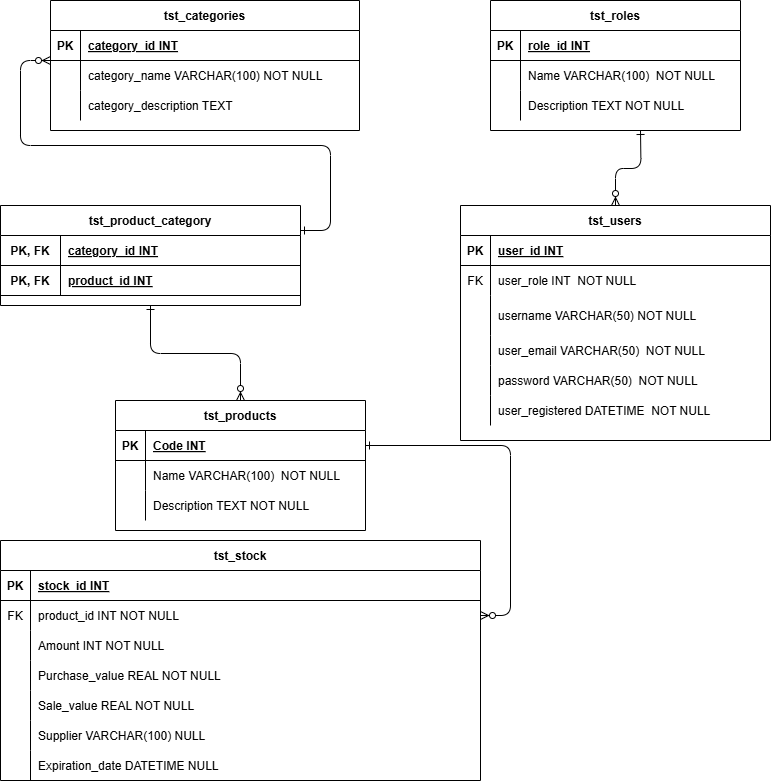
Earlier version of the draw.io export DER_Atualizado.png (SrSpratt/Desafio.API_camadas). Source tidied: cells renumbered, new cells last; positions are measured from the earlier drawing's top-left corner, leaving out a move shared by most shapes.
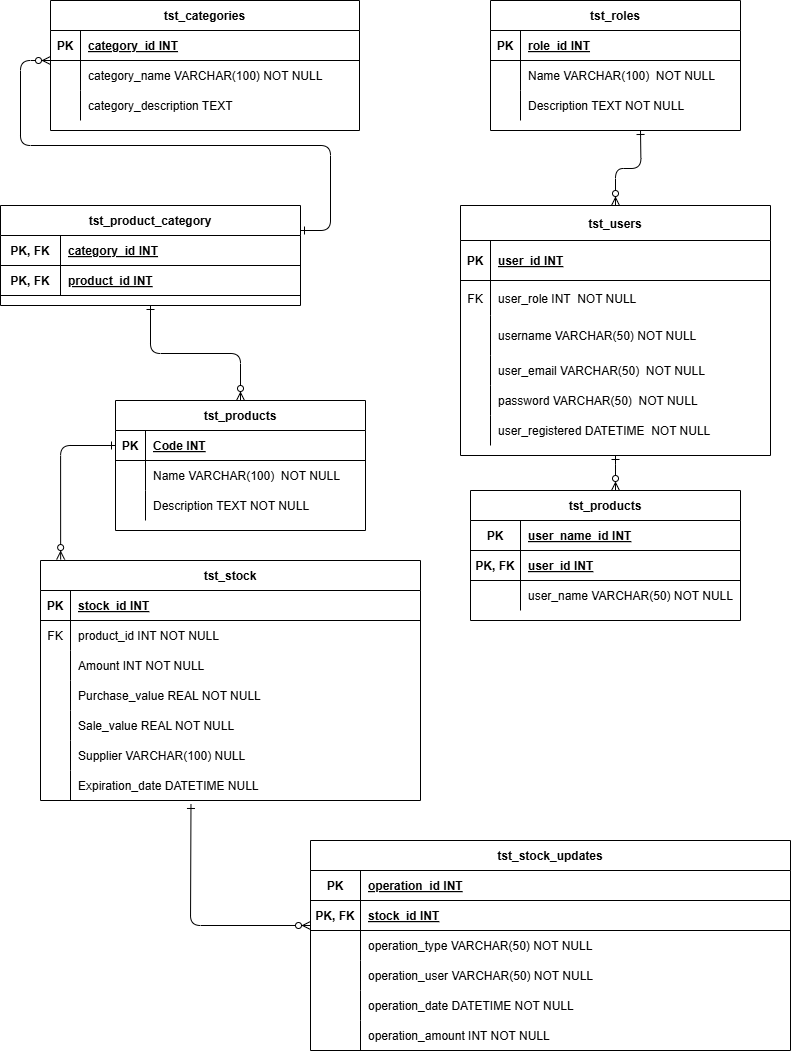
After the change.

The edit, as a diff of the source:
```diff
@@ -2,8 +2,12 @@
   <root>
     <mxCell id="0" />
     <mxCell id="1" parent="0" />
-    <mxCell id="2" style="edgeStyle=entityRelationEdgeStyle;endArrow=ERzeroToMany;startArrow=ERone;endFill=1;startFill=0;" parent="1" edge="1" source="4" target="17">
-      <mxGeometry relative="1" as="geometry" />
+    <mxCell id="2" style="edgeStyle=orthogonalEdgeStyle;endArrow=ERzeroToMany;startArrow=ERone;endFill=1;startFill=0;exitX=0;exitY=0.5;exitDx=0;exitDy=0;entryX=0.053;entryY=-0.004;entryDx=0;entryDy=0;entryPerimeter=0;" parent="1" edge="1" source="4" target="13">
+      <mxGeometry relative="1" as="geometry">
+        <Array as="points">
+          <mxPoint x="60" y="445" />
+        </Array>
+      </mxGeometry>
     </mxCell>
     <mxCell id="3" value="tst_products" style="shape=table;startSize=30;rowLines=0;fontStyle=1;align=center;" parent="1" vertex="1">
       <mxGeometry x="115" y="400" width="250" height="130" as="geometry" />
@@ -36,70 +40,70 @@
       <mxGeometry x="30" width="220" height="30" as="geometry" />
     </mxCell>
     <mxCell id="13" value="tst_stock" style="shape=table;startSize=30;rowLines=0;fontStyle=1;align=center;" parent="1" vertex="1">
-      <mxGeometry y="540" width="480" height="240" as="geometry" />
+      <mxGeometry x="40" y="560" width="380" height="240" as="geometry" />
     </mxCell>
     <mxCell id="14" style="shape=partialRectangle;fillColor=none;top=0;left=0;right=0;bottom=1;" parent="13" vertex="1">
-      <mxGeometry y="30" width="480" height="30" as="geometry" />
+      <mxGeometry y="30" width="380" height="30" as="geometry" />
     </mxCell>
     <mxCell id="15" value="PK" style="shape=partialRectangle;overflow=hidden;fillColor=none;top=0;left=0;bottom=0;right=0;fontStyle=1;" parent="14" vertex="1">
       <mxGeometry width="30" height="30" as="geometry" />
     </mxCell>
     <mxCell id="16" value="stock_id INT" style="shape=partialRectangle;overflow=hidden;fillColor=none;top=0;left=0;bottom=0;right=0;align=left;spacingLeft=6;fontStyle=5;" parent="14" vertex="1">
-      <mxGeometry x="30" width="450" height="30" as="geometry" />
+      <mxGeometry x="30" width="350" height="30" as="geometry" />
     </mxCell>
     <mxCell id="17" style="shape=partialRectangle;fillColor=none;points=[[0,0.5],[1,0.5]];portConstraint=eastwest;top=0;left=0;right=0;bottom=0;" parent="13" vertex="1">
-      <mxGeometry y="60" width="480" height="30" as="geometry" />
+      <mxGeometry y="60" width="380" height="30" as="geometry" />
     </mxCell>
     <mxCell id="18" value="FK" style="shape=partialRectangle;overflow=hidden;fillColor=none;top=0;left=0;bottom=0;right=0;" parent="17" vertex="1">
       <mxGeometry width="30" height="30" as="geometry" />
     </mxCell>
     <mxCell id="19" value="product_id INT NOT NULL" style="shape=partialRectangle;overflow=hidden;fillColor=none;top=0;left=0;bottom=0;right=0;align=left;spacingLeft=6;" parent="17" vertex="1">
-      <mxGeometry x="30" width="450" height="30" as="geometry" />
+      <mxGeometry x="30" width="350" height="30" as="geometry" />
     </mxCell>
     <mxCell id="20" style="shape=partialRectangle;fillColor=none;top=0;left=0;right=0;bottom=0;" parent="13" vertex="1">
-      <mxGeometry y="90" width="480" height="30" as="geometry" />
+      <mxGeometry y="90" width="380" height="30" as="geometry" />
     </mxCell>
     <mxCell id="21" style="shape=partialRectangle;overflow=hidden;fillColor=none;top=0;left=0;bottom=0;right=0;" parent="20" vertex="1">
       <mxGeometry width="30" height="30" as="geometry" />
     </mxCell>
     <mxCell id="22" value="Amount INT NOT NULL" style="shape=partialRectangle;overflow=hidden;fillColor=none;top=0;left=0;bottom=0;right=0;align=left;spacingLeft=6;" parent="20" vertex="1">
-      <mxGeometry x="30" width="450" height="30" as="geometry" />
+      <mxGeometry x="30" width="350" height="30" as="geometry" />
     </mxCell>
     <mxCell id="23" style="shape=partialRectangle;fillColor=none;top=0;left=0;right=0;bottom=0;" parent="13" vertex="1">
-      <mxGeometry y="120" width="480" height="30" as="geometry" />
+      <mxGeometry y="120" width="380" height="30" as="geometry" />
     </mxCell>
     <mxCell id="24" style="shape=partialRectangle;overflow=hidden;fillColor=none;top=0;left=0;bottom=0;right=0;" parent="23" vertex="1">
       <mxGeometry width="30" height="30" as="geometry" />
     </mxCell>
     <mxCell id="25" value="Purchase_value REAL NOT NULL" style="shape=partialRectangle;overflow=hidden;fillColor=none;top=0;left=0;bottom=0;right=0;align=left;spacingLeft=6;" parent="23" vertex="1">
-      <mxGeometry x="30" width="450" height="30" as="geometry" />
+      <mxGeometry x="30" width="350" height="30" as="geometry" />
     </mxCell>
     <mxCell id="26" style="shape=partialRectangle;fillColor=none;top=0;left=0;right=0;bottom=0;" parent="13" vertex="1">
-      <mxGeometry y="150" width="480" height="30" as="geometry" />
+      <mxGeometry y="150" width="380" height="30" as="geometry" />
     </mxCell>
     <mxCell id="27" style="shape=partialRectangle;overflow=hidden;fillColor=none;top=0;left=0;bottom=0;right=0;" parent="26" vertex="1">
       <mxGeometry width="30" height="30" as="geometry" />
     </mxCell>
     <mxCell id="28" value="Sale_value REAL NOT NULL" style="shape=partialRectangle;overflow=hidden;fillColor=none;top=0;left=0;bottom=0;right=0;align=left;spacingLeft=6;" parent="26" vertex="1">
-      <mxGeometry x="30" width="450" height="30" as="geometry" />
+      <mxGeometry x="30" width="350" height="30" as="geometry" />
     </mxCell>
     <mxCell id="29" style="shape=partialRectangle;fillColor=none;top=0;left=0;right=0;bottom=0;" parent="13" vertex="1">
-      <mxGeometry y="180" width="480" height="30" as="geometry" />
+      <mxGeometry y="180" width="380" height="30" as="geometry" />
     </mxCell>
     <mxCell id="30" style="shape=partialRectangle;overflow=hidden;fillColor=none;top=0;left=0;bottom=0;right=0;" parent="29" vertex="1">
       <mxGeometry width="30" height="30" as="geometry" />
     </mxCell>
     <mxCell id="31" value="Supplier VARCHAR(100) NULL" style="shape=partialRectangle;overflow=hidden;fillColor=none;top=0;left=0;bottom=0;right=0;align=left;spacingLeft=6;" parent="29" vertex="1">
-      <mxGeometry x="30" width="450" height="30" as="geometry" />
+      <mxGeometry x="30" width="350" height="30" as="geometry" />
     </mxCell>
     <mxCell id="32" style="shape=partialRectangle;fillColor=none;points=[[0,0.5],[1,0.5]];portConstraint=eastwest;top=0;left=0;right=0;bottom=0;" parent="13" vertex="1">
-      <mxGeometry y="210" width="480" height="30" as="geometry" />
+      <mxGeometry y="210" width="380" height="30" as="geometry" />
     </mxCell>
     <mxCell id="33" style="shape=partialRectangle;overflow=hidden;fillColor=none;top=0;left=0;bottom=0;right=0;" parent="32" vertex="1">
       <mxGeometry width="30" height="30" as="geometry" />
     </mxCell>
     <mxCell id="34" value="Expiration_date DATETIME NULL" style="shape=partialRectangle;overflow=hidden;fillColor=none;top=0;left=0;bottom=0;right=0;align=left;spacingLeft=6;" parent="32" vertex="1">
-      <mxGeometry x="30" width="450" height="30" as="geometry" />
+      <mxGeometry x="30" width="350" height="30" as="geometry" />
     </mxCell>
     <mxCell id="35" value="tst_categories" style="shape=table;startSize=30;rowLines=0;fontStyle=1;align=center;" parent="1" vertex="1">
       <mxGeometry x="50" width="309" height="130" as="geometry" />
@@ -148,7 +152,7 @@
     <mxCell id="46" value="tst_product_category" style="shape=table;startSize=30;rowLines=0;fontStyle=1;align=center;direction=east;" parent="1" vertex="1">
       <mxGeometry y="205" width="300" height="100" as="geometry" />
     </mxCell>
-    <mxCell id="47" style="shape=partialRectangle;fillColor=none;top=0;left=0;right=0;bottom=1;" parent="46" vertex="1">
+    <mxCell id="47" style="shape=partialRectangle;fillColor=none;top=0;left=0;right=0;bottom=1;strokeColor=default;" parent="46" vertex="1">
       <mxGeometry y="30" width="300" height="30" as="geometry" />
     </mxCell>
     <mxCell id="48" value="PK, FK" style="shape=partialRectangle;overflow=hidden;fillColor=none;top=0;left=0;bottom=0;right=0;fontStyle=1;" parent="47" vertex="1">
@@ -201,29 +205,29 @@
         <mxPoint x="640" y="130" as="sourcePoint" />
       </mxGeometry>
     </mxCell>
-    <mxCell id="64" value="tst_users" style="shape=table;startSize=30;rowLines=0;fontStyle=1;align=center;" parent="1" vertex="1">
-      <mxGeometry x="460" y="205" width="310" height="235" as="geometry" />
+    <mxCell id="64" value="tst_users" style="shape=table;startSize=35;rowLines=0;fontStyle=1;align=center;" parent="1" vertex="1">
+      <mxGeometry x="460" y="205" width="310" height="250" as="geometry" />
     </mxCell>
     <mxCell id="65" style="shape=partialRectangle;fillColor=none;top=0;left=0;right=0;bottom=1;" parent="64" vertex="1">
-      <mxGeometry y="30" width="310" height="30" as="geometry" />
+      <mxGeometry y="35" width="310" height="40" as="geometry" />
     </mxCell>
     <mxCell id="66" value="PK" style="shape=partialRectangle;overflow=hidden;fillColor=none;top=0;left=0;bottom=0;right=0;fontStyle=1;" parent="65" vertex="1">
-      <mxGeometry width="30" height="30" as="geometry" />
+      <mxGeometry width="30" height="40" as="geometry" />
     </mxCell>
     <mxCell id="67" value="user_id INT" style="shape=partialRectangle;overflow=hidden;fillColor=none;top=0;left=0;bottom=0;right=0;align=left;spacingLeft=6;fontStyle=5;" parent="65" vertex="1">
-      <mxGeometry x="30" width="280" height="30" as="geometry" />
+      <mxGeometry x="30" width="280" height="40" as="geometry" />
     </mxCell>
     <mxCell id="68" style="shape=partialRectangle;fillColor=none;top=0;left=0;right=0;bottom=0;" parent="64" vertex="1">
-      <mxGeometry y="60" width="310" height="30" as="geometry" />
+      <mxGeometry y="75" width="310" height="35" as="geometry" />
     </mxCell>
     <mxCell id="69" value="FK" style="shape=partialRectangle;overflow=hidden;fillColor=none;top=0;left=0;bottom=0;right=0;" parent="68" vertex="1">
-      <mxGeometry width="30" height="30" as="geometry" />
+      <mxGeometry width="30" height="35" as="geometry" />
     </mxCell>
     <mxCell id="70" value="user_role INT  NOT NULL" style="shape=partialRectangle;overflow=hidden;fillColor=none;top=0;left=0;bottom=0;right=0;align=left;spacingLeft=6;" parent="68" vertex="1">
-      <mxGeometry x="30" width="280" height="30" as="geometry" />
+      <mxGeometry x="30" width="280" height="35" as="geometry" />
     </mxCell>
     <mxCell id="71" style="shape=partialRectangle;fillColor=none;top=0;left=0;right=0;bottom=0;" parent="64" vertex="1">
-      <mxGeometry y="90" width="310" height="40" as="geometry" />
+      <mxGeometry y="110" width="310" height="40" as="geometry" />
     </mxCell>
     <mxCell id="72" style="shape=partialRectangle;overflow=hidden;fillColor=none;top=0;left=0;bottom=0;right=0;" parent="71" vertex="1">
       <mxGeometry width="30" height="40" as="geometry" />
@@ -232,7 +236,7 @@
       <mxGeometry x="30" width="280" height="40" as="geometry" />
     </mxCell>
     <mxCell id="74" style="shape=partialRectangle;fillColor=none;top=0;left=0;right=0;bottom=0;" parent="64" vertex="1">
-      <mxGeometry y="130" width="310" height="30" as="geometry" />
+      <mxGeometry y="150" width="310" height="30" as="geometry" />
     </mxCell>
     <mxCell id="75" style="shape=partialRectangle;overflow=hidden;fillColor=none;top=0;left=0;bottom=0;right=0;" parent="74" vertex="1">
       <mxGeometry width="30" height="30" as="geometry" />
@@ -241,7 +245,7 @@
       <mxGeometry x="30" width="280" height="30" as="geometry" />
     </mxCell>
     <mxCell id="77" style="shape=partialRectangle;fillColor=none;top=0;left=0;right=0;bottom=0;" parent="64" vertex="1">
-      <mxGeometry y="160" width="310" height="30" as="geometry" />
+      <mxGeometry y="180" width="310" height="30" as="geometry" />
     </mxCell>
     <mxCell id="78" style="shape=partialRectangle;overflow=hidden;fillColor=none;top=0;left=0;bottom=0;right=0;" parent="77" vertex="1">
       <mxGeometry width="30" height="30" as="geometry" />
@@ -250,7 +254,7 @@
       <mxGeometry x="30" width="280" height="30" as="geometry" />
     </mxCell>
     <mxCell id="80" style="shape=partialRectangle;fillColor=none;top=0;left=0;right=0;bottom=0;" parent="64" vertex="1">
-      <mxGeometry y="190" width="310" height="30" as="geometry" />
+      <mxGeometry y="210" width="310" height="30" as="geometry" />
     </mxCell>
     <mxCell id="81" style="shape=partialRectangle;overflow=hidden;fillColor=none;top=0;left=0;bottom=0;right=0;" parent="80" vertex="1">
       <mxGeometry width="30" height="30" as="geometry" />
@@ -261,5 +265,105 @@
     <mxCell id="83" style="endArrow=ERzeroToMany;startArrow=ERone;endFill=1;startFill=0;entryDx=0;entryDy=0;entryX=0.5;entryY=0;verticalAlign=middle;edgeStyle=elbowEdgeStyle;elbow=vertical;" parent="1" edge="1" source="46" target="3">
       <mxGeometry relative="1" as="geometry" />
     </mxCell>
+    <mxCell id="84" style="endArrow=ERzeroToMany;startArrow=ERone;endFill=1;startFill=0;entryX=0;entryY=0.5;entryDx=0;entryDy=0;edgeStyle=elbowEdgeStyle;exitX=0.396;exitY=1.133;exitDx=0;exitDy=0;exitPerimeter=0;" parent="1" edge="1" source="32">
+      <mxGeometry relative="1" as="geometry">
+        <mxPoint x="310" y="925" as="targetPoint" />
+        <Array as="points">
+          <mxPoint x="190" y="880" />
+        </Array>
+      </mxGeometry>
+    </mxCell>
+    <mxCell id="85" value="tst_stock_updates" style="shape=table;startSize=30;rowLines=0;fontStyle=1;align=center;" parent="1" vertex="1">
+      <mxGeometry x="310" y="840" width="480" height="210" as="geometry" />
+    </mxCell>
+    <mxCell id="86" style="shape=partialRectangle;fillColor=none;top=0;left=0;right=0;bottom=1;" parent="85" vertex="1">
+      <mxGeometry y="30" width="480" height="30" as="geometry" />
+    </mxCell>
+    <mxCell id="87" value="PK" style="shape=partialRectangle;overflow=hidden;fillColor=none;top=0;left=0;bottom=0;right=0;fontStyle=1;" parent="86" vertex="1">
+      <mxGeometry width="50" height="30" as="geometry" />
+    </mxCell>
+    <mxCell id="88" value="operation_id INT" style="shape=partialRectangle;overflow=hidden;fillColor=none;top=0;left=0;bottom=0;right=0;align=left;spacingLeft=6;fontStyle=5;" parent="86" vertex="1">
+      <mxGeometry x="50" width="430" height="30" as="geometry" />
+    </mxCell>
+    <mxCell id="89" style="shape=partialRectangle;fillColor=none;top=0;left=0;right=0;bottom=1;" parent="85" vertex="1">
+      <mxGeometry y="60" width="480" height="30" as="geometry" />
+    </mxCell>
+    <mxCell id="90" value="PK, FK" style="shape=partialRectangle;overflow=hidden;fillColor=none;top=0;left=0;bottom=0;right=0;fontStyle=1;" parent="89" vertex="1">
+      <mxGeometry width="50" height="30" as="geometry" />
+    </mxCell>
+    <mxCell id="91" value="stock_id INT" style="shape=partialRectangle;overflow=hidden;fillColor=none;top=0;left=0;bottom=0;right=0;align=left;spacingLeft=6;fontStyle=5;" parent="89" vertex="1">
+      <mxGeometry x="50" width="430" height="30" as="geometry" />
+    </mxCell>
+    <mxCell id="92" style="shape=partialRectangle;fillColor=none;top=0;left=0;right=0;bottom=0;" parent="85" vertex="1">
+      <mxGeometry y="90" width="480" height="30" as="geometry" />
+    </mxCell>
+    <mxCell id="93" style="shape=partialRectangle;overflow=hidden;fillColor=none;top=0;left=0;bottom=0;right=0;" parent="92" vertex="1">
+      <mxGeometry width="50" height="30" as="geometry" />
+    </mxCell>
+    <mxCell id="94" value="operation_type VARCHAR(50) NOT NULL" style="shape=partialRectangle;overflow=hidden;fillColor=none;top=0;left=0;bottom=0;right=0;align=left;spacingLeft=6;" parent="92" vertex="1">
+      <mxGeometry x="50" width="430" height="30" as="geometry" />
+    </mxCell>
+    <mxCell id="95" style="shape=partialRectangle;fillColor=none;top=0;left=0;right=0;bottom=0;" parent="85" vertex="1">
+      <mxGeometry y="120" width="480" height="30" as="geometry" />
+    </mxCell>
+    <mxCell id="96" style="shape=partialRectangle;overflow=hidden;fillColor=none;top=0;left=0;bottom=0;right=0;" parent="95" vertex="1">
+      <mxGeometry width="50" height="30" as="geometry" />
+    </mxCell>
+    <mxCell id="97" value="operation_user VARCHAR(50) NOT NULL" style="shape=partialRectangle;overflow=hidden;fillColor=none;top=0;left=0;bottom=0;right=0;align=left;spacingLeft=6;" parent="95" vertex="1">
+      <mxGeometry x="50" width="430" height="30" as="geometry" />
+    </mxCell>
+    <mxCell id="98" style="shape=partialRectangle;fillColor=none;top=0;left=0;right=0;bottom=0;" parent="85" vertex="1">
+      <mxGeometry y="150" width="480" height="30" as="geometry" />
+    </mxCell>
+    <mxCell id="99" style="shape=partialRectangle;overflow=hidden;fillColor=none;top=0;left=0;bottom=0;right=0;" parent="98" vertex="1">
+      <mxGeometry width="50" height="30" as="geometry" />
+    </mxCell>
+    <mxCell id="100" value="operation_date DATETIME NOT NULL" style="shape=partialRectangle;overflow=hidden;fillColor=none;top=0;left=0;bottom=0;right=0;align=left;spacingLeft=6;" parent="98" vertex="1">
+      <mxGeometry x="50" width="430" height="30" as="geometry" />
+    </mxCell>
+    <mxCell id="101" style="shape=partialRectangle;fillColor=none;top=0;left=0;right=0;bottom=0;" parent="85" vertex="1">
+      <mxGeometry y="180" width="480" height="30" as="geometry" />
+    </mxCell>
+    <mxCell id="102" style="shape=partialRectangle;overflow=hidden;fillColor=none;top=0;left=0;bottom=0;right=0;" parent="101" vertex="1">
+      <mxGeometry width="50" height="30" as="geometry" />
+    </mxCell>
+    <mxCell id="103" value="operation_amount INT NOT NULL" style="shape=partialRectangle;overflow=hidden;fillColor=none;top=0;left=0;bottom=0;right=0;align=left;spacingLeft=6;" parent="101" vertex="1">
+      <mxGeometry x="50" width="430" height="30" as="geometry" />
+    </mxCell>
+    <mxCell id="104" style="edgeStyle=orthogonalEdgeStyle;endArrow=ERzeroToMany;startArrow=ERone;endFill=0;startFill=0;exitX=0.5;exitY=1;exitDx=0;exitDy=0;" parent="1" edge="1" source="64">
+      <mxGeometry relative="1" as="geometry">
+        <mxPoint x="615" y="490" as="targetPoint" />
+      </mxGeometry>
+    </mxCell>
+    <mxCell id="105" value="tst_products" style="shape=table;startSize=30;rowLines=0;fontStyle=1;align=center;" parent="1" vertex="1">
+      <mxGeometry x="470" y="490" width="270" height="130" as="geometry" />
+    </mxCell>
+    <mxCell id="106" style="shape=partialRectangle;fillColor=none;top=0;left=0;right=0;bottom=1;" parent="105" vertex="1">
+      <mxGeometry y="30" width="270" height="30" as="geometry" />
+    </mxCell>
+    <mxCell id="107" value="PK" style="shape=partialRectangle;overflow=hidden;fillColor=none;top=0;left=0;bottom=0;right=0;fontStyle=1;" parent="106" vertex="1">
+      <mxGeometry width="50" height="30" as="geometry" />
+    </mxCell>
+    <mxCell id="108" value="user_name_id INT" style="shape=partialRectangle;overflow=hidden;fillColor=none;top=0;left=0;bottom=0;right=0;align=left;spacingLeft=6;fontStyle=5;" parent="106" vertex="1">
+      <mxGeometry x="50" width="220" height="30" as="geometry" />
+    </mxCell>
+    <mxCell id="109" style="shape=partialRectangle;fillColor=none;top=0;left=0;right=0;bottom=1;" parent="105" vertex="1">
+      <mxGeometry y="60" width="270" height="30" as="geometry" />
+    </mxCell>
+    <mxCell id="110" value="PK, FK" style="shape=partialRectangle;overflow=hidden;fillColor=none;top=0;left=0;bottom=0;right=0;fontStyle=1;" parent="109" vertex="1">
+      <mxGeometry width="50" height="30" as="geometry" />
+    </mxCell>
+    <mxCell id="111" value="user_id INT" style="shape=partialRectangle;overflow=hidden;fillColor=none;top=0;left=0;bottom=0;right=0;align=left;spacingLeft=6;fontStyle=5;" parent="109" vertex="1">
+      <mxGeometry x="50" width="220" height="30" as="geometry" />
+    </mxCell>
+    <mxCell id="112" style="shape=partialRectangle;fillColor=none;top=0;left=0;right=0;bottom=0;" parent="105" vertex="1">
+      <mxGeometry y="90" width="270" height="30" as="geometry" />
+    </mxCell>
+    <mxCell id="113" style="shape=partialRectangle;overflow=hidden;fillColor=none;top=0;left=0;bottom=0;right=0;" parent="112" vertex="1">
+      <mxGeometry width="50" height="30" as="geometry" />
+    </mxCell>
+    <mxCell id="114" value="user_name VARCHAR(50) NOT NULL" style="shape=partialRectangle;overflow=hidden;fillColor=none;top=0;left=0;bottom=0;right=0;align=left;spacingLeft=6;" parent="112" vertex="1">
+      <mxGeometry x="50" width="220" height="30" as="geometry" />
+    </mxCell>
   </root>
 </mxGraphModel>
```
